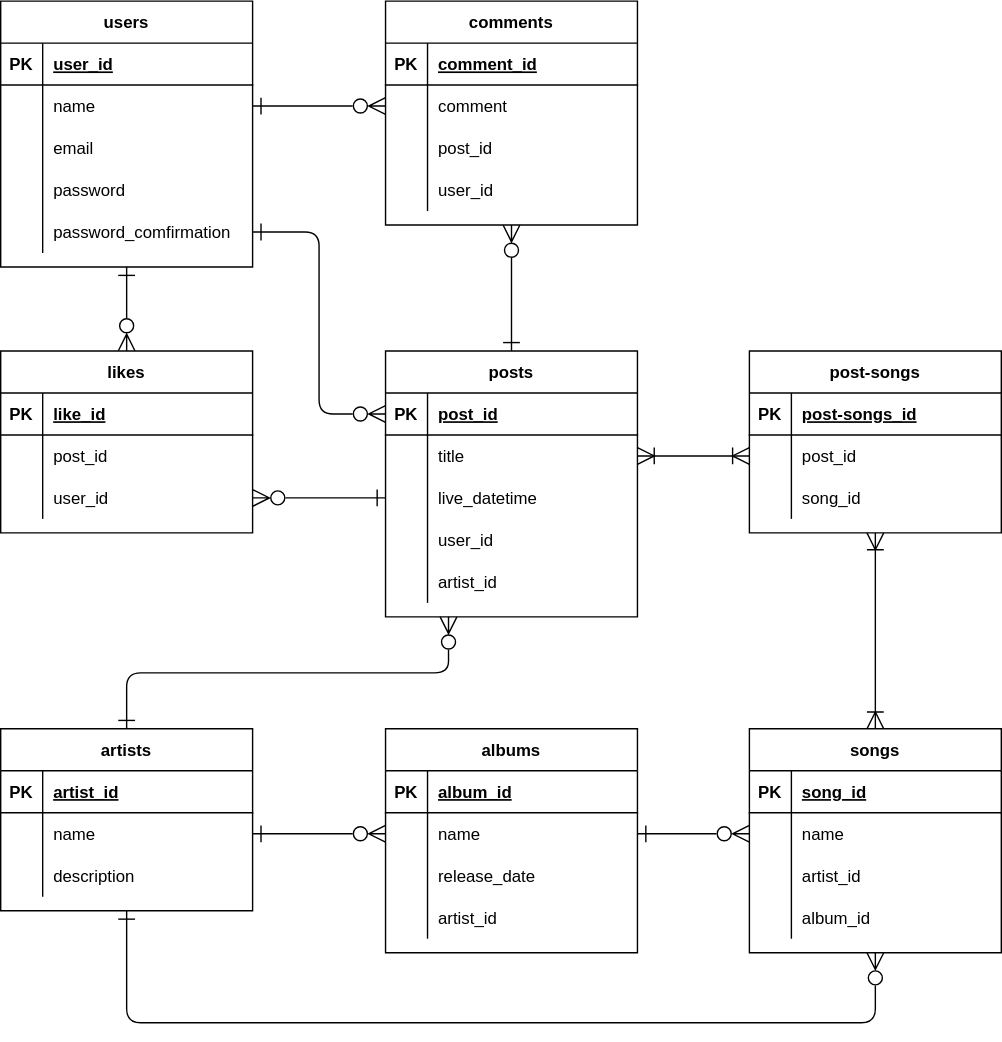
Before: Live_Junction.drawio.svg, a diagram exported from draw.io (JunjiOkazaki/Live_Junction). Source tidied: cells renumbered, new cells last; positions are measured from the earlier drawing's top-left corner, leaving out a move shared by most shapes.
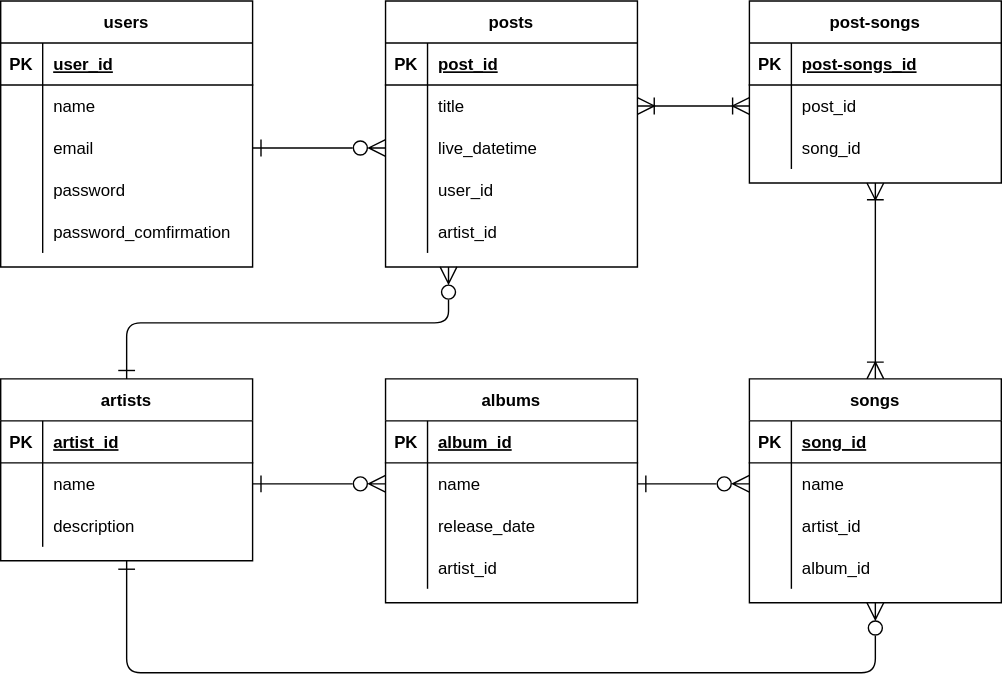
Above is the later version.

Change to the diagram source:
```diff
@@ -2,11 +2,8 @@
   <root>
     <mxCell id="0" />
     <mxCell id="1" parent="0" />
-    <mxCell id="2" style="edgeStyle=orthogonalEdgeStyle;html=1;exitX=0.5;exitY=1;exitDx=0;exitDy=0;entryX=0.5;entryY=0;entryDx=0;entryDy=0;startArrow=ERone;startFill=0;endArrow=ERzeroToMany;endFill=0;endSize=10;startSize=10;" parent="1" edge="1" source="3" target="98">
-      <mxGeometry relative="1" as="geometry" />
-    </mxCell>
     <mxCell id="3" value="users" style="shape=table;startSize=30;rowLines=0;fontStyle=1;align=center;" parent="1" vertex="1">
-      <mxGeometry width="180" height="190" as="geometry" />
+      <mxGeometry y="250" width="180" height="190" as="geometry" />
     </mxCell>
     <mxCell id="4" style="shape=partialRectangle;fillColor=none;top=0;left=0;bottom=1;right=0;" parent="3" vertex="1">
       <mxGeometry y="30" width="180" height="30" as="geometry" />
@@ -86,9 +83,6 @@
     <mxCell id="29" value="song_id" style="shape=partialRectangle;fillColor=none;top=0;left=0;bottom=0;right=0;align=left;spacingLeft=6;overflow=hidden;" parent="27" vertex="1">
       <mxGeometry x="30" width="150" height="30" as="geometry" />
     </mxCell>
-    <mxCell id="30" style="edgeStyle=orthogonalEdgeStyle;html=1;exitX=0.5;exitY=0;exitDx=0;exitDy=0;entryX=0.5;entryY=1;entryDx=0;entryDy=0;startArrow=ERone;startFill=0;endArrow=ERzeroToMany;endFill=0;endSize=10;startSize=10;" parent="1" edge="1" source="31" target="47">
-      <mxGeometry relative="1" as="geometry" />
-    </mxCell>
     <mxCell id="31" value="posts" style="shape=table;startSize=30;rowLines=0;fontStyle=1;align=center;" parent="1" vertex="1">
       <mxGeometry x="275" y="250" width="180" height="190" as="geometry" />
     </mxCell>
@@ -137,45 +131,6 @@
     <mxCell id="46" value="artist_id" style="shape=partialRectangle;fillColor=none;top=0;left=0;bottom=0;right=0;align=left;spacingLeft=6;overflow=hidden;" parent="44" vertex="1">
       <mxGeometry x="30" width="150" height="30" as="geometry" />
     </mxCell>
-    <mxCell id="47" value="comments" style="shape=table;startSize=30;rowLines=0;fontStyle=1;align=center;" parent="1" vertex="1">
-      <mxGeometry x="275" width="180" height="160" as="geometry" />
-    </mxCell>
-    <mxCell id="48" style="shape=partialRectangle;fillColor=none;top=0;left=0;bottom=1;right=0;" parent="47" vertex="1">
-      <mxGeometry y="30" width="180" height="30" as="geometry" />
-    </mxCell>
-    <mxCell id="49" value="PK" style="shape=partialRectangle;fillColor=none;top=0;left=0;bottom=0;right=0;fontStyle=1;overflow=hidden;" parent="48" vertex="1">
-      <mxGeometry width="30" height="30" as="geometry" />
-    </mxCell>
-    <mxCell id="50" value="comment_id" style="shape=partialRectangle;fillColor=none;top=0;left=0;bottom=0;right=0;align=left;spacingLeft=6;fontStyle=5;overflow=hidden;" parent="48" vertex="1">
-      <mxGeometry x="30" width="150" height="30" as="geometry" />
-    </mxCell>
-    <mxCell id="51" style="shape=partialRectangle;fillColor=none;top=0;left=0;bottom=0;right=0;points=[[0,0.5],[1,0.5]];portConstraint=eastwest;" parent="47" vertex="1">
-      <mxGeometry y="60" width="180" height="30" as="geometry" />
-    </mxCell>
-    <mxCell id="52" style="shape=partialRectangle;fillColor=none;top=0;left=0;bottom=0;right=0;overflow=hidden;" parent="51" vertex="1">
-      <mxGeometry width="30" height="30" as="geometry" />
-    </mxCell>
-    <mxCell id="53" value="comment" style="shape=partialRectangle;fillColor=none;top=0;left=0;bottom=0;right=0;align=left;spacingLeft=6;overflow=hidden;" parent="51" vertex="1">
-      <mxGeometry x="30" width="150" height="30" as="geometry" />
-    </mxCell>
-    <mxCell id="54" style="shape=partialRectangle;fillColor=none;top=0;left=0;bottom=0;right=0;" parent="47" vertex="1">
-      <mxGeometry y="90" width="180" height="30" as="geometry" />
-    </mxCell>
-    <mxCell id="55" style="shape=partialRectangle;fillColor=none;top=0;left=0;bottom=0;right=0;overflow=hidden;" parent="54" vertex="1">
-      <mxGeometry width="30" height="30" as="geometry" />
-    </mxCell>
-    <mxCell id="56" value="post_id " style="shape=partialRectangle;fillColor=none;top=0;left=0;bottom=0;right=0;align=left;spacingLeft=6;overflow=hidden;" parent="54" vertex="1">
-      <mxGeometry x="30" width="150" height="30" as="geometry" />
-    </mxCell>
-    <mxCell id="57" style="shape=partialRectangle;fillColor=none;top=0;left=0;bottom=0;right=0;" parent="47" vertex="1">
-      <mxGeometry y="120" width="180" height="30" as="geometry" />
-    </mxCell>
-    <mxCell id="58" style="shape=partialRectangle;fillColor=none;top=0;left=0;bottom=0;right=0;overflow=hidden;" parent="57" vertex="1">
-      <mxGeometry width="30" height="30" as="geometry" />
-    </mxCell>
-    <mxCell id="59" value="user_id" style="shape=partialRectangle;fillColor=none;top=0;left=0;bottom=0;right=0;align=left;spacingLeft=6;overflow=hidden;" parent="57" vertex="1">
-      <mxGeometry x="30" width="150" height="30" as="geometry" />
-    </mxCell>
     <mxCell id="60" value="songs" style="shape=table;startSize=30;rowLines=0;fontStyle=1;align=center;" parent="1" vertex="1">
       <mxGeometry x="535" y="520" width="180" height="160" as="geometry" />
     </mxCell>
@@ -295,36 +250,6 @@
     <mxCell id="97" value="description" style="shape=partialRectangle;fillColor=none;top=0;left=0;bottom=0;right=0;align=left;spacingLeft=6;overflow=hidden;" parent="95" vertex="1">
       <mxGeometry x="30" width="150" height="30" as="geometry" />
     </mxCell>
-    <mxCell id="98" value="likes" style="shape=table;startSize=30;rowLines=0;fontStyle=1;align=center;" parent="1" vertex="1">
-      <mxGeometry y="250" width="180" height="130" as="geometry" />
-    </mxCell>
-    <mxCell id="99" style="shape=partialRectangle;fillColor=none;top=0;left=0;bottom=1;right=0;" parent="98" vertex="1">
-      <mxGeometry y="30" width="180" height="30" as="geometry" />
-    </mxCell>
-    <mxCell id="100" value="PK" style="shape=partialRectangle;fillColor=none;top=0;left=0;bottom=0;right=0;fontStyle=1;overflow=hidden;" parent="99" vertex="1">
-      <mxGeometry width="30" height="30" as="geometry" />
-    </mxCell>
-    <mxCell id="101" value="like_id" style="shape=partialRectangle;fillColor=none;top=0;left=0;bottom=0;right=0;align=left;spacingLeft=6;fontStyle=5;overflow=hidden;" parent="99" vertex="1">
-      <mxGeometry x="30" width="150" height="30" as="geometry" />
-    </mxCell>
-    <mxCell id="102" style="shape=partialRectangle;fillColor=none;top=0;left=0;bottom=0;right=0;" parent="98" vertex="1">
-      <mxGeometry y="60" width="180" height="30" as="geometry" />
-    </mxCell>
-    <mxCell id="103" style="shape=partialRectangle;fillColor=none;top=0;left=0;bottom=0;right=0;overflow=hidden;" parent="102" vertex="1">
-      <mxGeometry width="30" height="30" as="geometry" />
-    </mxCell>
-    <mxCell id="104" value="post_id " style="shape=partialRectangle;fillColor=none;top=0;left=0;bottom=0;right=0;align=left;spacingLeft=6;overflow=hidden;" parent="102" vertex="1">
-      <mxGeometry x="30" width="150" height="30" as="geometry" />
-    </mxCell>
-    <mxCell id="105" style="shape=partialRectangle;fillColor=none;top=0;left=0;bottom=0;right=0;points=[[0,0.5],[1,0.5]];portConstraint=eastwest;" parent="98" vertex="1">
-      <mxGeometry y="90" width="180" height="30" as="geometry" />
-    </mxCell>
-    <mxCell id="106" style="shape=partialRectangle;fillColor=none;top=0;left=0;bottom=0;right=0;overflow=hidden;" parent="105" vertex="1">
-      <mxGeometry width="30" height="30" as="geometry" />
-    </mxCell>
-    <mxCell id="107" value="user_id" style="shape=partialRectangle;fillColor=none;top=0;left=0;bottom=0;right=0;align=left;spacingLeft=6;overflow=hidden;" parent="105" vertex="1">
-      <mxGeometry x="30" width="150" height="30" as="geometry" />
-    </mxCell>
     <mxCell id="108" style="edgeStyle=orthogonalEdgeStyle;html=1;entryX=0;entryY=0.5;entryDx=0;entryDy=0;endArrow=ERoneToMany;endFill=0;startArrow=ERoneToMany;startFill=0;exitX=1;exitY=0.5;exitDx=0;exitDy=0;endSize=10;startSize=10;" parent="1" edge="1" source="35" target="24">
       <mxGeometry relative="1" as="geometry" />
     </mxCell>
@@ -334,14 +259,8 @@
     <mxCell id="110" style="edgeStyle=orthogonalEdgeStyle;html=1;exitX=1;exitY=0.5;exitDx=0;exitDy=0;entryX=0;entryY=0.5;entryDx=0;entryDy=0;startArrow=ERone;startFill=0;endArrow=ERzeroToMany;endFill=0;endSize=10;startSize=10;" parent="1" edge="1" source="77" target="64">
       <mxGeometry relative="1" as="geometry" />
     </mxCell>
-    <mxCell id="111" style="edgeStyle=orthogonalEdgeStyle;html=1;exitX=1;exitY=0.5;exitDx=0;exitDy=0;entryX=0;entryY=0.5;entryDx=0;entryDy=0;startArrow=ERone;startFill=0;endArrow=ERzeroToMany;endFill=0;endSize=10;startSize=10;" parent="1" edge="1" source="7" target="51">
-      <mxGeometry relative="1" as="geometry" />
-    </mxCell>
-    <mxCell id="112" style="edgeStyle=orthogonalEdgeStyle;html=1;exitX=1;exitY=0.5;exitDx=0;exitDy=0;entryX=0;entryY=0.5;entryDx=0;entryDy=0;startArrow=ERone;startFill=0;endArrow=ERzeroToMany;endFill=0;endSize=10;startSize=10;" parent="1" edge="1" source="16" target="32">
+    <mxCell id="112" style="edgeStyle=orthogonalEdgeStyle;html=1;exitX=1;exitY=0.5;exitDx=0;exitDy=0;entryX=0;entryY=0.5;entryDx=0;entryDy=0;startArrow=ERone;startFill=0;endArrow=ERzeroToMany;endFill=0;endSize=10;startSize=10;" parent="1" edge="1" source="10" target="38">
       <mxGeometry relative="1" as="geometry" />
     </mxCell>
-    <mxCell id="113" style="edgeStyle=orthogonalEdgeStyle;html=1;exitX=0;exitY=0.5;exitDx=0;exitDy=0;entryX=1;entryY=0.5;entryDx=0;entryDy=0;startArrow=ERone;startFill=0;endArrow=ERzeroToMany;endFill=0;endSize=10;startSize=10;" parent="1" edge="1" source="38" target="105">
-      <mxGeometry relative="1" as="geometry" />
-    </mxCell>
   </root>
 </mxGraphModel>
```
